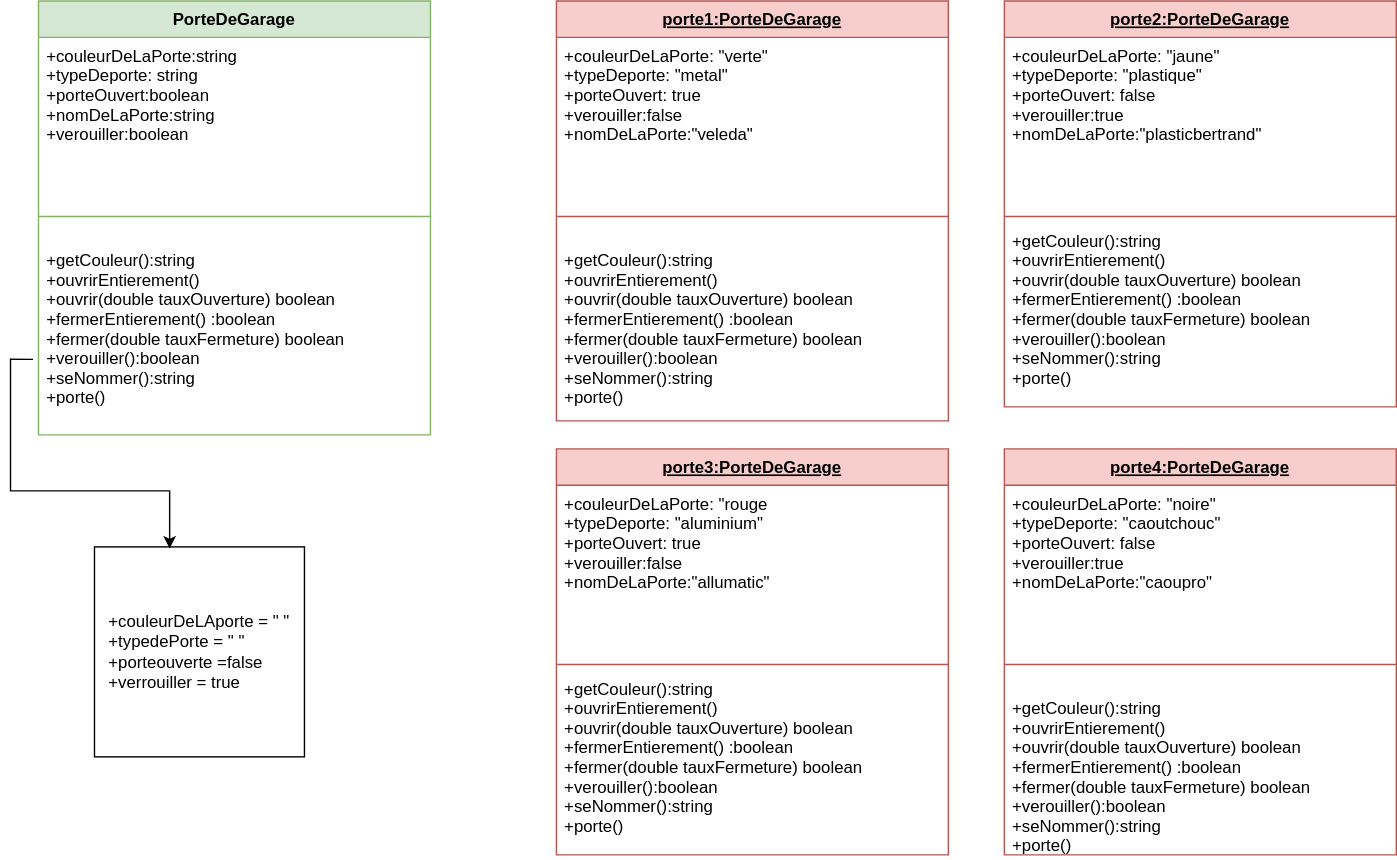
This is porte de garage.svg from Raffayl/objet, a draw.io export, as it was before one commit. Source tidied: cells renumbered, new cells last; positions are measured from the earlier drawing's top-left corner, leaving out a move shared by most shapes. The source it was exported from:
```xml
<mxGraphModel>
  <root>
    <mxCell id="0" />
    <mxCell id="1" parent="0" />
    <mxCell id="2" value="PorteDeGarage" style="swimlane;fontStyle=1;align=center;verticalAlign=top;horizontal=1;startSize=26;fillColor=#d5e8d4;strokeColor=#82b366;" parent="1" vertex="1">
      <mxGeometry width="280" height="310" as="geometry" />
    </mxCell>
    <mxCell id="3" value="+couleurDeLaPorte:string&#10;+typeDeporte: string&#10;+porteOuvert:boolean&#10;+nomDeLaPorte:string&#10;+verouiller:boolean&#10;&#10;" style="text;strokeColor=none;fillColor=none;align=left;verticalAlign=top;spacingLeft=4;spacingRight=4;overflow=hidden;" parent="2" vertex="1">
      <mxGeometry y="26" width="280" height="124" as="geometry" />
    </mxCell>
    <mxCell id="4" style="line;strokeWidth=1;fillColor=none;align=left;verticalAlign=middle;spacingTop=-1;spacingLeft=3;spacingRight=3;labelPosition=right;strokeColor=inherit;" parent="2" vertex="1">
      <mxGeometry y="150" width="280" height="8" as="geometry" />
    </mxCell>
    <mxCell id="5" value="&#10;+getCouleur():string&#10;+ouvrirEntierement()&#10;+ouvrir(double tauxOuverture) boolean&#10;+fermerEntierement() :boolean&#10;+fermer(double tauxFermeture) boolean&#10;+verouiller():boolean&#10;+seNommer():string&#10;+porte()" style="text;strokeColor=none;fillColor=none;align=left;verticalAlign=top;spacingLeft=4;spacingRight=4;overflow=hidden;points=[[0,0.5],[1,0.5]];portConstraint=eastwest;" parent="2" vertex="1">
      <mxGeometry y="158" width="280" height="152" as="geometry" />
    </mxCell>
    <mxCell id="6" value="porte1:PorteDeGarage" style="swimlane;fontStyle=5;align=center;verticalAlign=top;horizontal=1;startSize=26;fillColor=#f8cecc;strokeColor=#b85450;" parent="1" vertex="1">
      <mxGeometry x="370" width="280" height="300" as="geometry" />
    </mxCell>
    <mxCell id="7" value="+couleurDeLaPorte: &quot;verte&quot;&#10;+typeDeporte: &quot;metal&quot;&#10;+porteOuvert: true&#10;+verouiller:false&#10;+nomDeLaPorte:&quot;veleda&quot;&#10;&#10;" style="text;strokeColor=none;fillColor=none;align=left;verticalAlign=top;spacingLeft=4;spacingRight=4;overflow=hidden;" parent="6" vertex="1">
      <mxGeometry y="26" width="280" height="124" as="geometry" />
    </mxCell>
    <mxCell id="8" style="line;strokeWidth=1;fillColor=none;align=left;verticalAlign=middle;spacingTop=-1;spacingLeft=3;spacingRight=3;labelPosition=right;strokeColor=inherit;" parent="6" vertex="1">
      <mxGeometry y="150" width="280" height="8" as="geometry" />
    </mxCell>
    <mxCell id="9" value="&#10;+getCouleur():string&#10;+ouvrirEntierement()&#10;+ouvrir(double tauxOuverture) boolean&#10;+fermerEntierement() :boolean&#10;+fermer(double tauxFermeture) boolean&#10;+verouiller():boolean&#10;+seNommer():string&#10;+porte()" style="text;strokeColor=none;fillColor=none;align=left;verticalAlign=top;spacingLeft=4;spacingRight=4;overflow=hidden;" parent="6" vertex="1">
      <mxGeometry y="158" width="280" height="142" as="geometry" />
    </mxCell>
    <mxCell id="10" value="&lt;div style=&quot;text-align: left;&quot;&gt;&lt;span style=&quot;color: rgb(0, 0, 0); background-color: initial;&quot;&gt;+couleurDeLAporte = &quot; &quot;&lt;/span&gt;&lt;/div&gt;&lt;font color=&quot;#000000&quot;&gt;&lt;div style=&quot;text-align: left;&quot;&gt;&lt;span style=&quot;background-color: initial;&quot;&gt;+typedePorte = &quot; &quot;&lt;/span&gt;&lt;/div&gt;&lt;div style=&quot;text-align: left;&quot;&gt;&lt;span style=&quot;background-color: initial;&quot;&gt;+porteouverte =false&lt;/span&gt;&lt;/div&gt;&lt;div style=&quot;text-align: left;&quot;&gt;&lt;span style=&quot;background-color: initial;&quot;&gt;+verrouiller = true&lt;/span&gt;&lt;/div&gt;&lt;/font&gt;" style="whiteSpace=wrap;html=1;fontColor=#33FF33;" parent="1" vertex="1">
      <mxGeometry x="40" y="390" width="150" height="150" as="geometry" />
    </mxCell>
    <mxCell id="11" style="edgeStyle=orthogonalEdgeStyle;rounded=0;jettySize=auto;html=1;exitX=-0.014;exitY=0.645;exitDx=0;exitDy=0;entryX=0.358;entryY=0.008;entryDx=0;entryDy=0;entryPerimeter=0;exitPerimeter=0;" parent="1" edge="1" source="5" target="10">
      <mxGeometry relative="1" as="geometry" />
    </mxCell>
    <mxCell id="12" value="porte2:PorteDeGarage" style="swimlane;fontStyle=5;align=center;verticalAlign=top;horizontal=1;startSize=26;fillColor=#f8cecc;strokeColor=#b85450;" parent="1" vertex="1">
      <mxGeometry x="690" width="280" height="290" as="geometry" />
    </mxCell>
    <mxCell id="13" value="+couleurDeLaPorte: &quot;jaune&quot;&#10;+typeDeporte: &quot;plastique&quot;&#10;+porteOuvert: false&#10;+verouiller:true&#10;+nomDeLaPorte:&quot;plasticbertrand&quot;&#10;&#10;" style="text;strokeColor=none;fillColor=none;align=left;verticalAlign=top;spacingLeft=4;spacingRight=4;overflow=hidden;" parent="12" vertex="1">
      <mxGeometry y="26" width="280" height="124" as="geometry" />
    </mxCell>
    <mxCell id="14" style="line;strokeWidth=1;fillColor=none;align=left;verticalAlign=middle;spacingTop=-1;spacingLeft=3;spacingRight=3;labelPosition=right;strokeColor=inherit;" parent="12" vertex="1">
      <mxGeometry y="150" width="280" height="8" as="geometry" />
    </mxCell>
    <mxCell id="15" value="+getCouleur():string&#10;+ouvrirEntierement()&#10;+ouvrir(double tauxOuverture) boolean&#10;+fermerEntierement() :boolean&#10;+fermer(double tauxFermeture) boolean&#10;+verouiller():boolean&#10;+seNommer():string&#10;+porte()" style="text;strokeColor=none;fillColor=none;align=left;verticalAlign=top;spacingLeft=4;spacingRight=4;overflow=hidden;" parent="12" vertex="1">
      <mxGeometry y="158" width="280" height="132" as="geometry" />
    </mxCell>
    <mxCell id="16" value="porte3:PorteDeGarage" style="swimlane;fontStyle=5;align=center;verticalAlign=top;horizontal=1;startSize=26;fillColor=#f8cecc;strokeColor=#b85450;" parent="1" vertex="1">
      <mxGeometry x="370" y="320" width="280" height="290" as="geometry" />
    </mxCell>
    <mxCell id="17" value="+couleurDeLaPorte: &quot;rouge&#10;+typeDeporte: &quot;aluminium&quot;&#10;+porteOuvert: true&#10;+verouiller:false&#10;+nomDeLaPorte:&quot;allumatic&quot;&#10;&#10;" style="text;strokeColor=none;fillColor=none;align=left;verticalAlign=top;spacingLeft=4;spacingRight=4;overflow=hidden;" parent="16" vertex="1">
      <mxGeometry y="26" width="280" height="124" as="geometry" />
    </mxCell>
    <mxCell id="18" style="line;strokeWidth=1;fillColor=none;align=left;verticalAlign=middle;spacingTop=-1;spacingLeft=3;spacingRight=3;labelPosition=right;strokeColor=inherit;" parent="16" vertex="1">
      <mxGeometry y="150" width="280" height="8" as="geometry" />
    </mxCell>
    <mxCell id="19" value="+getCouleur():string&#10;+ouvrirEntierement()&#10;+ouvrir(double tauxOuverture) boolean&#10;+fermerEntierement() :boolean&#10;+fermer(double tauxFermeture) boolean&#10;+verouiller():boolean&#10;+seNommer():string&#10;+porte()" style="text;strokeColor=none;fillColor=none;align=left;verticalAlign=top;spacingLeft=4;spacingRight=4;overflow=hidden;" parent="16" vertex="1">
      <mxGeometry y="158" width="280" height="132" as="geometry" />
    </mxCell>
    <mxCell id="20" value="porte4:PorteDeGarage" style="swimlane;fontStyle=5;align=center;verticalAlign=top;horizontal=1;startSize=26;fillColor=#f8cecc;strokeColor=#b85450;" parent="1" vertex="1">
      <mxGeometry x="690" y="320" width="280" height="290" as="geometry" />
    </mxCell>
    <mxCell id="21" value="+couleurDeLaPorte: &quot;noire&quot;&#10;+typeDeporte: &quot;caoutchouc&quot;&#10;+porteOuvert: false&#10;+verouiller:true&#10;+nomDeLaPorte:&quot;caoupro&quot;&#10;&#10;" style="text;strokeColor=none;fillColor=none;align=left;verticalAlign=top;spacingLeft=4;spacingRight=4;overflow=hidden;" parent="20" vertex="1">
      <mxGeometry y="26" width="280" height="124" as="geometry" />
    </mxCell>
    <mxCell id="22" style="line;strokeWidth=1;fillColor=none;align=left;verticalAlign=middle;spacingTop=-1;spacingLeft=3;spacingRight=3;labelPosition=right;strokeColor=inherit;" parent="20" vertex="1">
      <mxGeometry y="150" width="280" height="8" as="geometry" />
    </mxCell>
    <mxCell id="23" value="&#10;+getCouleur():string&#10;+ouvrirEntierement()&#10;+ouvrir(double tauxOuverture) boolean&#10;+fermerEntierement() :boolean&#10;+fermer(double tauxFermeture) boolean&#10;+verouiller():boolean&#10;+seNommer():string&#10;+porte()" style="text;strokeColor=none;fillColor=none;align=left;verticalAlign=top;spacingLeft=4;spacingRight=4;overflow=hidden;" parent="20" vertex="1">
      <mxGeometry y="158" width="280" height="132" as="geometry" />
    </mxCell>
  </root>
</mxGraphModel>
```
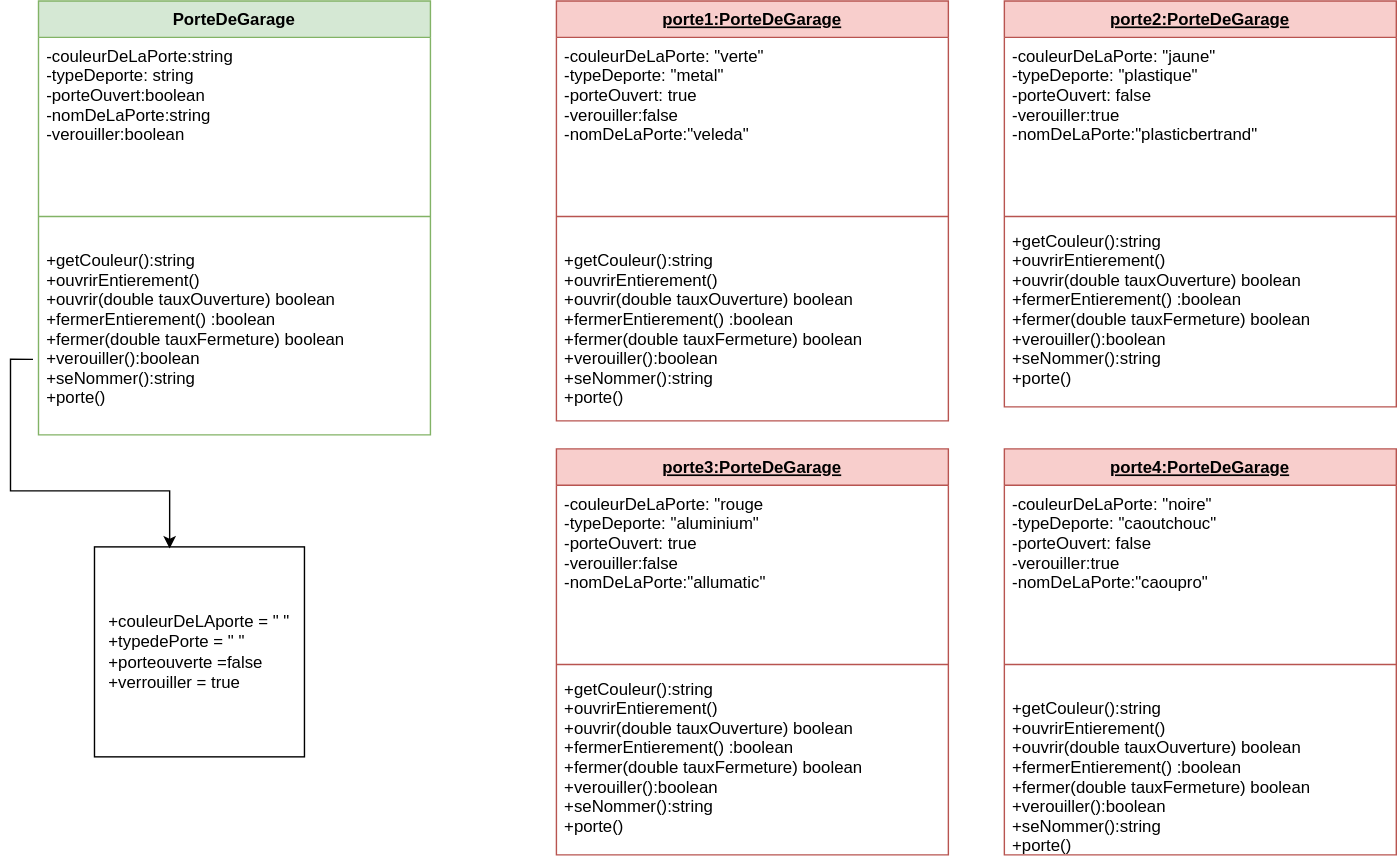
The same file after the commit.

What changed in the source:
```diff
@@ -5,7 +5,7 @@
     <mxCell id="2" value="PorteDeGarage" style="swimlane;fontStyle=1;align=center;verticalAlign=top;horizontal=1;startSize=26;fillColor=#d5e8d4;strokeColor=#82b366;" parent="1" vertex="1">
       <mxGeometry width="280" height="310" as="geometry" />
     </mxCell>
-    <mxCell id="3" value="+couleurDeLaPorte:string&#10;+typeDeporte: string&#10;+porteOuvert:boolean&#10;+nomDeLaPorte:string&#10;+verouiller:boolean&#10;&#10;" style="text;strokeColor=none;fillColor=none;align=left;verticalAlign=top;spacingLeft=4;spacingRight=4;overflow=hidden;" parent="2" vertex="1">
+    <mxCell id="3" value="-couleurDeLaPorte:string&#10;-typeDeporte: string&#10;-porteOuvert:boolean&#10;-nomDeLaPorte:string&#10;-verouiller:boolean&#10;&#10;" style="text;strokeColor=none;fillColor=none;align=left;verticalAlign=top;spacingLeft=4;spacingRight=4;overflow=hidden;" parent="2" vertex="1">
       <mxGeometry y="26" width="280" height="124" as="geometry" />
     </mxCell>
     <mxCell id="4" style="line;strokeWidth=1;fillColor=none;align=left;verticalAlign=middle;spacingTop=-1;spacingLeft=3;spacingRight=3;labelPosition=right;strokeColor=inherit;" parent="2" vertex="1">
@@ -17,7 +17,7 @@
     <mxCell id="6" value="porte1:PorteDeGarage" style="swimlane;fontStyle=5;align=center;verticalAlign=top;horizontal=1;startSize=26;fillColor=#f8cecc;strokeColor=#b85450;" parent="1" vertex="1">
       <mxGeometry x="370" width="280" height="300" as="geometry" />
     </mxCell>
-    <mxCell id="7" value="+couleurDeLaPorte: &quot;verte&quot;&#10;+typeDeporte: &quot;metal&quot;&#10;+porteOuvert: true&#10;+verouiller:false&#10;+nomDeLaPorte:&quot;veleda&quot;&#10;&#10;" style="text;strokeColor=none;fillColor=none;align=left;verticalAlign=top;spacingLeft=4;spacingRight=4;overflow=hidden;" parent="6" vertex="1">
+    <mxCell id="7" value="-couleurDeLaPorte: &quot;verte&quot;&#10;-typeDeporte: &quot;metal&quot;&#10;-porteOuvert: true&#10;-verouiller:false&#10;-nomDeLaPorte:&quot;veleda&quot;&#10;&#10;" style="text;strokeColor=none;fillColor=none;align=left;verticalAlign=top;spacingLeft=4;spacingRight=4;overflow=hidden;" parent="6" vertex="1">
       <mxGeometry y="26" width="280" height="124" as="geometry" />
     </mxCell>
     <mxCell id="8" style="line;strokeWidth=1;fillColor=none;align=left;verticalAlign=middle;spacingTop=-1;spacingLeft=3;spacingRight=3;labelPosition=right;strokeColor=inherit;" parent="6" vertex="1">
@@ -35,7 +35,7 @@
     <mxCell id="12" value="porte2:PorteDeGarage" style="swimlane;fontStyle=5;align=center;verticalAlign=top;horizontal=1;startSize=26;fillColor=#f8cecc;strokeColor=#b85450;" parent="1" vertex="1">
       <mxGeometry x="690" width="280" height="290" as="geometry" />
     </mxCell>
-    <mxCell id="13" value="+couleurDeLaPorte: &quot;jaune&quot;&#10;+typeDeporte: &quot;plastique&quot;&#10;+porteOuvert: false&#10;+verouiller:true&#10;+nomDeLaPorte:&quot;plasticbertrand&quot;&#10;&#10;" style="text;strokeColor=none;fillColor=none;align=left;verticalAlign=top;spacingLeft=4;spacingRight=4;overflow=hidden;" parent="12" vertex="1">
+    <mxCell id="13" value="-couleurDeLaPorte: &quot;jaune&quot;&#10;-typeDeporte: &quot;plastique&quot;&#10;-porteOuvert: false&#10;-verouiller:true&#10;-nomDeLaPorte:&quot;plasticbertrand&quot;&#10;&#10;" style="text;strokeColor=none;fillColor=none;align=left;verticalAlign=top;spacingLeft=4;spacingRight=4;overflow=hidden;" parent="12" vertex="1">
       <mxGeometry y="26" width="280" height="124" as="geometry" />
     </mxCell>
     <mxCell id="14" style="line;strokeWidth=1;fillColor=none;align=left;verticalAlign=middle;spacingTop=-1;spacingLeft=3;spacingRight=3;labelPosition=right;strokeColor=inherit;" parent="12" vertex="1">
@@ -47,7 +47,7 @@
     <mxCell id="16" value="porte3:PorteDeGarage" style="swimlane;fontStyle=5;align=center;verticalAlign=top;horizontal=1;startSize=26;fillColor=#f8cecc;strokeColor=#b85450;" parent="1" vertex="1">
       <mxGeometry x="370" y="320" width="280" height="290" as="geometry" />
     </mxCell>
-    <mxCell id="17" value="+couleurDeLaPorte: &quot;rouge&#10;+typeDeporte: &quot;aluminium&quot;&#10;+porteOuvert: true&#10;+verouiller:false&#10;+nomDeLaPorte:&quot;allumatic&quot;&#10;&#10;" style="text;strokeColor=none;fillColor=none;align=left;verticalAlign=top;spacingLeft=4;spacingRight=4;overflow=hidden;" parent="16" vertex="1">
+    <mxCell id="17" value="-couleurDeLaPorte: &quot;rouge&#10;-typeDeporte: &quot;aluminium&quot;&#10;-porteOuvert: true&#10;-verouiller:false&#10;-nomDeLaPorte:&quot;allumatic&quot;&#10;&#10;" style="text;strokeColor=none;fillColor=none;align=left;verticalAlign=top;spacingLeft=4;spacingRight=4;overflow=hidden;" parent="16" vertex="1">
       <mxGeometry y="26" width="280" height="124" as="geometry" />
     </mxCell>
     <mxCell id="18" style="line;strokeWidth=1;fillColor=none;align=left;verticalAlign=middle;spacingTop=-1;spacingLeft=3;spacingRight=3;labelPosition=right;strokeColor=inherit;" parent="16" vertex="1">
@@ -59,7 +59,7 @@
     <mxCell id="20" value="porte4:PorteDeGarage" style="swimlane;fontStyle=5;align=center;verticalAlign=top;horizontal=1;startSize=26;fillColor=#f8cecc;strokeColor=#b85450;" parent="1" vertex="1">
       <mxGeometry x="690" y="320" width="280" height="290" as="geometry" />
     </mxCell>
-    <mxCell id="21" value="+couleurDeLaPorte: &quot;noire&quot;&#10;+typeDeporte: &quot;caoutchouc&quot;&#10;+porteOuvert: false&#10;+verouiller:true&#10;+nomDeLaPorte:&quot;caoupro&quot;&#10;&#10;" style="text;strokeColor=none;fillColor=none;align=left;verticalAlign=top;spacingLeft=4;spacingRight=4;overflow=hidden;" parent="20" vertex="1">
+    <mxCell id="21" value="-couleurDeLaPorte: &quot;noire&quot;&#10;-typeDeporte: &quot;caoutchouc&quot;&#10;-porteOuvert: false&#10;-verouiller:true&#10;-nomDeLaPorte:&quot;caoupro&quot;&#10;&#10;" style="text;strokeColor=none;fillColor=none;align=left;verticalAlign=top;spacingLeft=4;spacingRight=4;overflow=hidden;" parent="20" vertex="1">
       <mxGeometry y="26" width="280" height="124" as="geometry" />
     </mxCell>
     <mxCell id="22" style="line;strokeWidth=1;fillColor=none;align=left;verticalAlign=middle;spacingTop=-1;spacingLeft=3;spacingRight=3;labelPosition=right;strokeColor=inherit;" parent="20" vertex="1">
```
